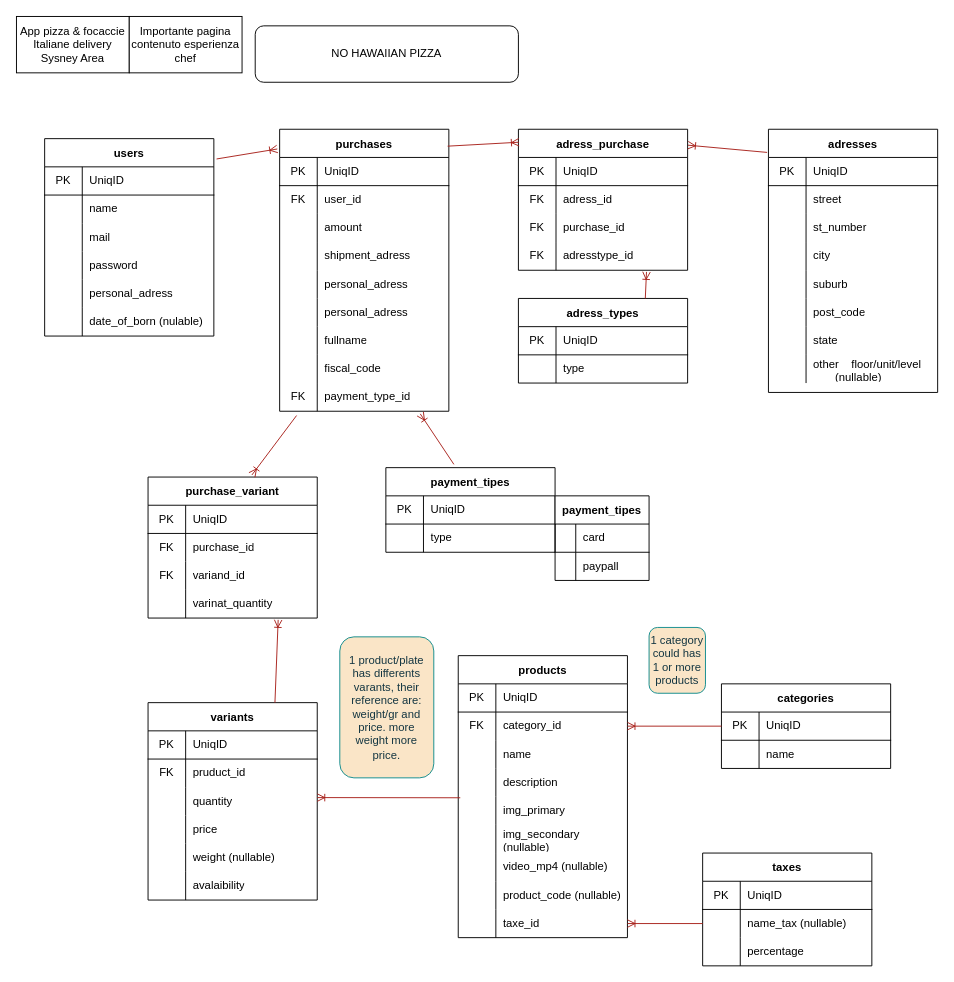
Above: idea/db.drawio in mirko-console-dir/food-app-react-laravel (draw.io), before the change. Source tidied: cells renumbered, new cells numbered last; positions are measured from the earlier drawing's top-left corner, leaving out a move shared by most shapes. Both pictures are drawn from the tidied source at 94%, with x=0, y=0 at pixel (16, 16).
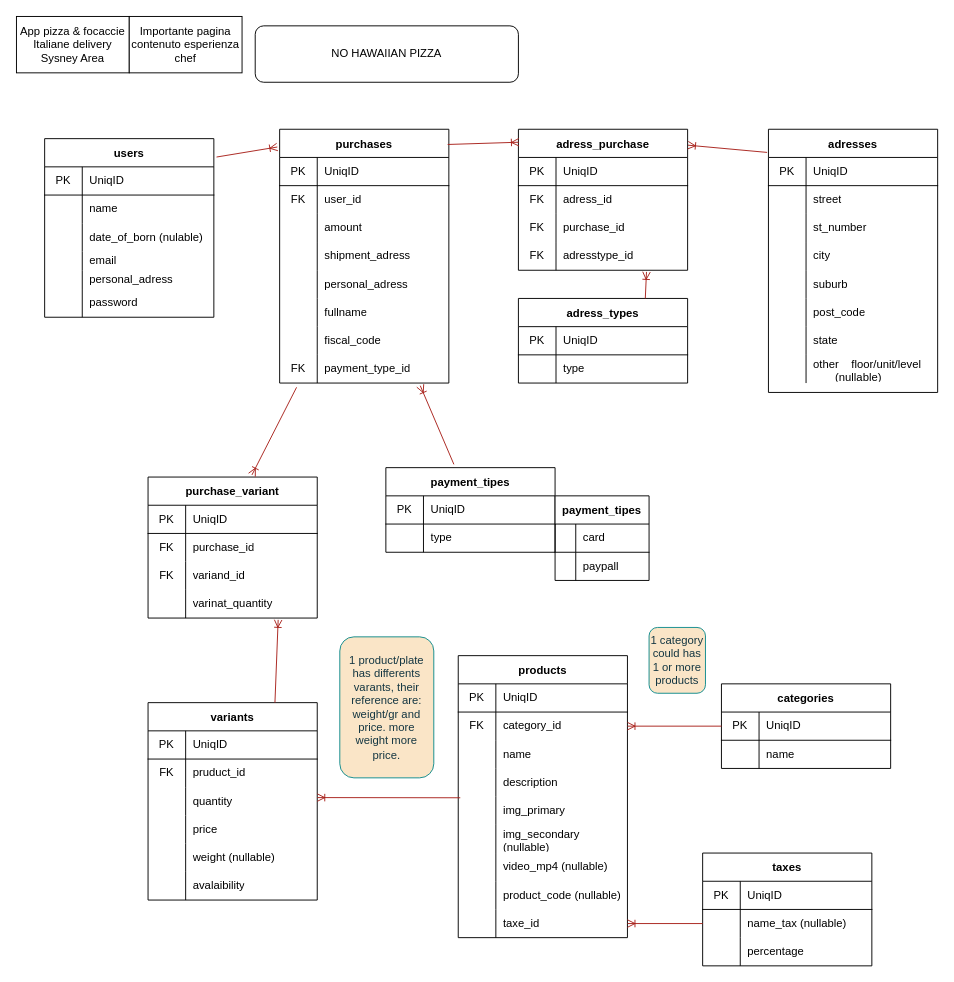
Above is the later version.

Change to the diagram source:
```diff
@@
     <mxCell id="5" value="users" style="shape=table;startSize=30;childLayout=tableLayout;rowLines=0;fontStyle=1;align=center;" parent="1" vertex="1">
-      <mxGeometry x="30" y="130" width="180" height="210" as="geometry" />
+      <mxGeometry x="30" y="130" width="180" height="190" as="geometry" />
     </mxCell>
@@
-    <mxCell id="12" style="shape=partialRectangle;html=1;whiteSpace=wrap;fillColor=none;top=0;left=0;bottom=0;right=0;" parent="5" vertex="1">
-      <mxGeometry y="90" width="180" height="30" as="geometry" />
-    </mxCell>
-    <mxCell id="13" style="shape=partialRectangle;html=1;whiteSpace=wrap;fillColor=none;top=0;left=0;bottom=0;right=0;overflow=hidden;" parent="12" vertex="1">
-      <mxGeometry width="40" height="30" as="geometry" />
-    </mxCell>
-    <mxCell id="14" value="mail" style="shape=partialRectangle;html=1;whiteSpace=wrap;fillColor=none;top=0;left=0;bottom=0;right=0;align=left;spacingLeft=6;overflow=hidden;" parent="12" vertex="1">
-      <mxGeometry x="40" width="140" height="30" as="geometry" />
-    </mxCell>
+    <mxCell id="21" style="shape=partialRectangle;html=1;whiteSpace=wrap;fillColor=none;top=0;left=0;bottom=0;right=0;" parent="5" vertex="1">
+      <mxGeometry y="90" width="180" height="30" as="geometry" />
+    </mxCell>
+    <mxCell id="22" style="shape=partialRectangle;html=1;whiteSpace=wrap;fillColor=none;top=0;left=0;bottom=0;right=0;overflow=hidden;" parent="21" vertex="1">
+      <mxGeometry width="40" height="30" as="geometry" />
+    </mxCell>
+    <mxCell id="23" value="date_of_born (nulable)" style="shape=partialRectangle;html=1;whiteSpace=wrap;fillColor=none;top=0;left=0;bottom=0;right=0;align=left;spacingLeft=6;overflow=hidden;" parent="21" vertex="1">
+      <mxGeometry x="40" width="140" height="30" as="geometry" />
+    </mxCell>
+    <mxCell id="200" style="shape=partialRectangle;html=1;whiteSpace=wrap;fillColor=none;top=0;left=0;bottom=0;right=0;" parent="5" vertex="1">
+      <mxGeometry y="120" width="180" height="20" as="geometry" />
+    </mxCell>
+    <mxCell id="201" style="shape=partialRectangle;html=1;whiteSpace=wrap;fillColor=none;top=0;left=0;bottom=0;right=0;overflow=hidden;" parent="200" vertex="1">
+      <mxGeometry width="40" height="20" as="geometry" />
+    </mxCell>
+    <mxCell id="202" value="email" style="shape=partialRectangle;html=1;whiteSpace=wrap;fillColor=none;top=0;left=0;bottom=0;right=0;align=left;spacingLeft=6;overflow=hidden;" parent="200" vertex="1">
+      <mxGeometry x="40" width="140" height="20" as="geometry" />
+    </mxCell>
+    <mxCell id="18" style="shape=partialRectangle;html=1;whiteSpace=wrap;fillColor=none;top=0;left=0;bottom=0;right=0;" parent="5" vertex="1">
+      <mxGeometry y="140" width="180" height="20" as="geometry" />
+    </mxCell>
+    <mxCell id="19" style="shape=partialRectangle;html=1;whiteSpace=wrap;fillColor=none;top=0;left=0;bottom=0;right=0;overflow=hidden;" parent="18" vertex="1">
+      <mxGeometry width="40" height="20" as="geometry" />
+    </mxCell>
+    <mxCell id="20" value="personal_adress" style="shape=partialRectangle;html=1;whiteSpace=wrap;fillColor=none;top=0;left=0;bottom=0;right=0;align=left;spacingLeft=6;overflow=hidden;" parent="18" vertex="1">
+      <mxGeometry x="40" width="140" height="20" as="geometry" />
+    </mxCell>
     <mxCell id="15" style="shape=partialRectangle;html=1;whiteSpace=wrap;fillColor=none;top=0;left=0;bottom=0;right=0;" parent="5" vertex="1">
-      <mxGeometry y="120" width="180" height="30" as="geometry" />
+      <mxGeometry y="160" width="180" height="30" as="geometry" />
     </mxCell>
@@
-    <mxCell id="18" style="shape=partialRectangle;html=1;whiteSpace=wrap;fillColor=none;top=0;left=0;bottom=0;right=0;" parent="5" vertex="1">
-      <mxGeometry y="150" width="180" height="30" as="geometry" />
-    </mxCell>
-    <mxCell id="19" style="shape=partialRectangle;html=1;whiteSpace=wrap;fillColor=none;top=0;left=0;bottom=0;right=0;overflow=hidden;" parent="18" vertex="1">
-      <mxGeometry width="40" height="30" as="geometry" />
-    </mxCell>
-    <mxCell id="20" value="personal_adress" style="shape=partialRectangle;html=1;whiteSpace=wrap;fillColor=none;top=0;left=0;bottom=0;right=0;align=left;spacingLeft=6;overflow=hidden;" parent="18" vertex="1">
-      <mxGeometry x="40" width="140" height="30" as="geometry" />
-    </mxCell>
-    <mxCell id="21" style="shape=partialRectangle;html=1;whiteSpace=wrap;fillColor=none;top=0;left=0;bottom=0;right=0;" parent="5" vertex="1">
-      <mxGeometry y="180" width="180" height="30" as="geometry" />
-    </mxCell>
-    <mxCell id="22" style="shape=partialRectangle;html=1;whiteSpace=wrap;fillColor=none;top=0;left=0;bottom=0;right=0;overflow=hidden;" parent="21" vertex="1">
-      <mxGeometry width="40" height="30" as="geometry" />
-    </mxCell>
-    <mxCell id="23" value="date_of_born (nulable)" style="shape=partialRectangle;html=1;whiteSpace=wrap;fillColor=none;top=0;left=0;bottom=0;right=0;align=left;spacingLeft=6;overflow=hidden;" parent="21" vertex="1">
-      <mxGeometry x="40" width="140" height="30" as="geometry" />
-    </mxCell>
     <mxCell id="24" value="purchases" style="shape=table;startSize=30;childLayout=tableLayout;rowLines=0;fontStyle=1;align=center;" parent="1" vertex="1">
-      <mxGeometry x="280" y="120" width="180" height="300" as="geometry" />
+      <mxGeometry x="280" y="120" width="180" height="270" as="geometry" />
     </mxCell>
@@
-    <mxCell id="40" style="shape=partialRectangle;html=1;whiteSpace=wrap;fillColor=none;top=0;left=0;bottom=0;right=0;" parent="24" vertex="1">
-      <mxGeometry y="180" width="180" height="30" as="geometry" />
-    </mxCell>
-    <mxCell id="41" style="shape=partialRectangle;html=1;whiteSpace=wrap;fillColor=none;top=0;left=0;bottom=0;right=0;overflow=hidden;" parent="40" vertex="1">
-      <mxGeometry width="40" height="30" as="geometry" />
-    </mxCell>
-    <mxCell id="42" value="personal_adress" style="shape=partialRectangle;html=1;whiteSpace=wrap;fillColor=none;top=0;left=0;bottom=0;right=0;align=left;spacingLeft=6;overflow=hidden;" parent="40" vertex="1">
-      <mxGeometry x="40" width="140" height="30" as="geometry" />
-    </mxCell>
     <mxCell id="43" style="shape=partialRectangle;html=1;whiteSpace=wrap;fillColor=none;top=0;left=0;bottom=0;right=0;" parent="24" vertex="1">
-      <mxGeometry y="210" width="180" height="30" as="geometry" />
+      <mxGeometry y="180" width="180" height="30" as="geometry" />
     </mxCell>
@@
     <mxCell id="46" style="shape=partialRectangle;html=1;whiteSpace=wrap;fillColor=none;top=0;left=0;bottom=0;right=0;" parent="24" vertex="1">
-      <mxGeometry y="240" width="180" height="30" as="geometry" />
+      <mxGeometry y="210" width="180" height="30" as="geometry" />
     </mxCell>
@@
     <mxCell id="49" style="shape=partialRectangle;html=1;whiteSpace=wrap;fillColor=none;top=0;left=0;bottom=0;right=0;points=[[0,0.5],[1,0.5]];portConstraint=eastwest;" parent="24" vertex="1">
-      <mxGeometry y="270" width="180" height="30" as="geometry" />
+      <mxGeometry y="240" width="180" height="30" as="geometry" />
     </mxCell>
```
